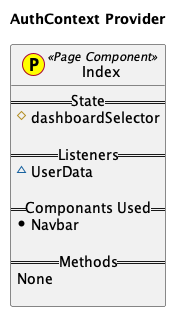
Before: entry_system_website/UML_Diagrams/Pages/Index.png, a diagram exported from PlantUML (grid-rider/Computer_Science_IA_EntrySystem_Website).
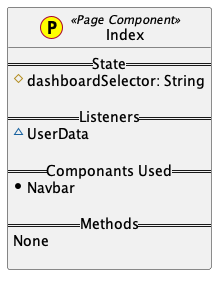
Later version of the same file.

Diff of the diagram source:
```diff
@@ -1,9 +1,8 @@
 @startuml
-title AuthContext Provider
 
 class Index << (P,yellow) Page Component>> {
     == State ==
-     #dashboardSelector
+     #dashboardSelector: String
 
     == Listeners ==
      ~UserData
```
